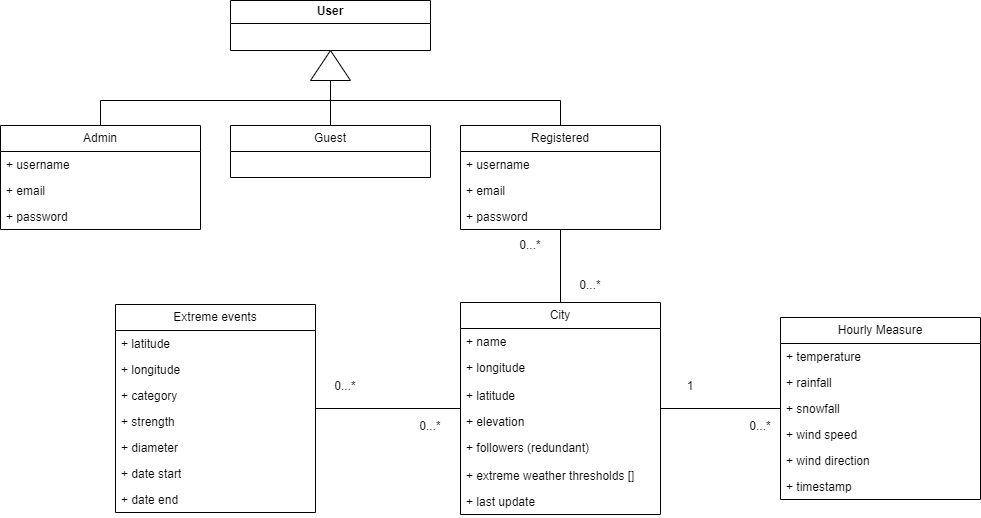
The draw.io diagram uml.png in AlessioSmn/Italy-Weather-Prediction-App, before a commit. Source tidied: cells renumbered, new cells last; positions are measured from the earlier drawing's top-left corner, leaving out a move shared by most shapes.
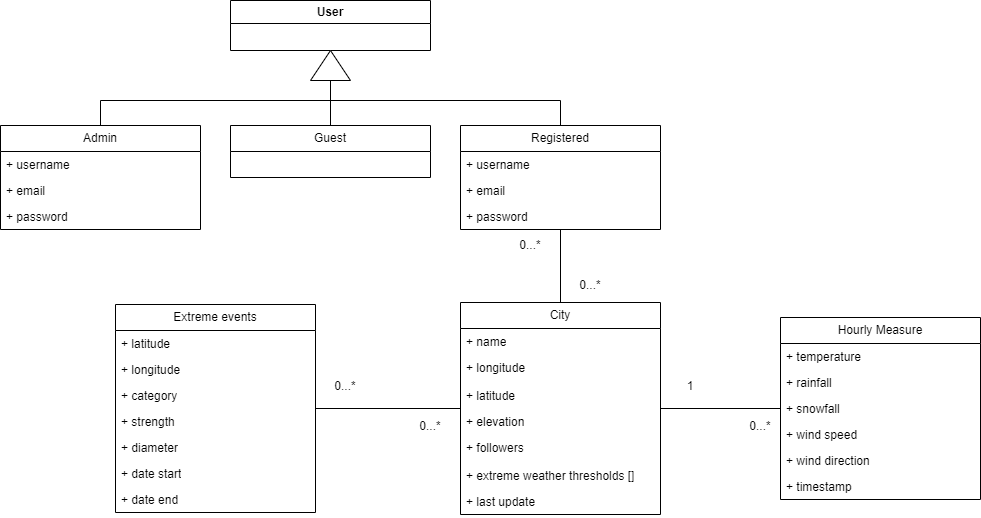
Above is the later version.

Diff of the diagram source:
```diff
@@ -81,7 +81,7 @@
     <mxCell id="24" value="+ elevation" style="text;strokeColor=none;fillColor=none;align=left;verticalAlign=top;spacingLeft=4;spacingRight=4;overflow=hidden;whiteSpace=wrap;html=1;" parent="20" vertex="1">
       <mxGeometry y="106" width="200" height="26" as="geometry" />
     </mxCell>
-    <mxCell id="25" value="+ followers (redundant)" style="text;strokeColor=none;fillColor=none;align=left;verticalAlign=top;spacingLeft=4;spacingRight=4;overflow=hidden;whiteSpace=wrap;html=1;" parent="20" vertex="1">
+    <mxCell id="25" value="+ followers" style="text;strokeColor=none;fillColor=none;align=left;verticalAlign=top;spacingLeft=4;spacingRight=4;overflow=hidden;whiteSpace=wrap;html=1;" parent="20" vertex="1">
       <mxGeometry y="132" width="200" height="28" as="geometry" />
     </mxCell>
     <mxCell id="26" value="+ extreme weather thresholds []" style="text;strokeColor=none;fillColor=none;align=left;verticalAlign=top;spacingLeft=4;spacingRight=4;overflow=hidden;whiteSpace=wrap;html=1;" parent="20" vertex="1">
```
